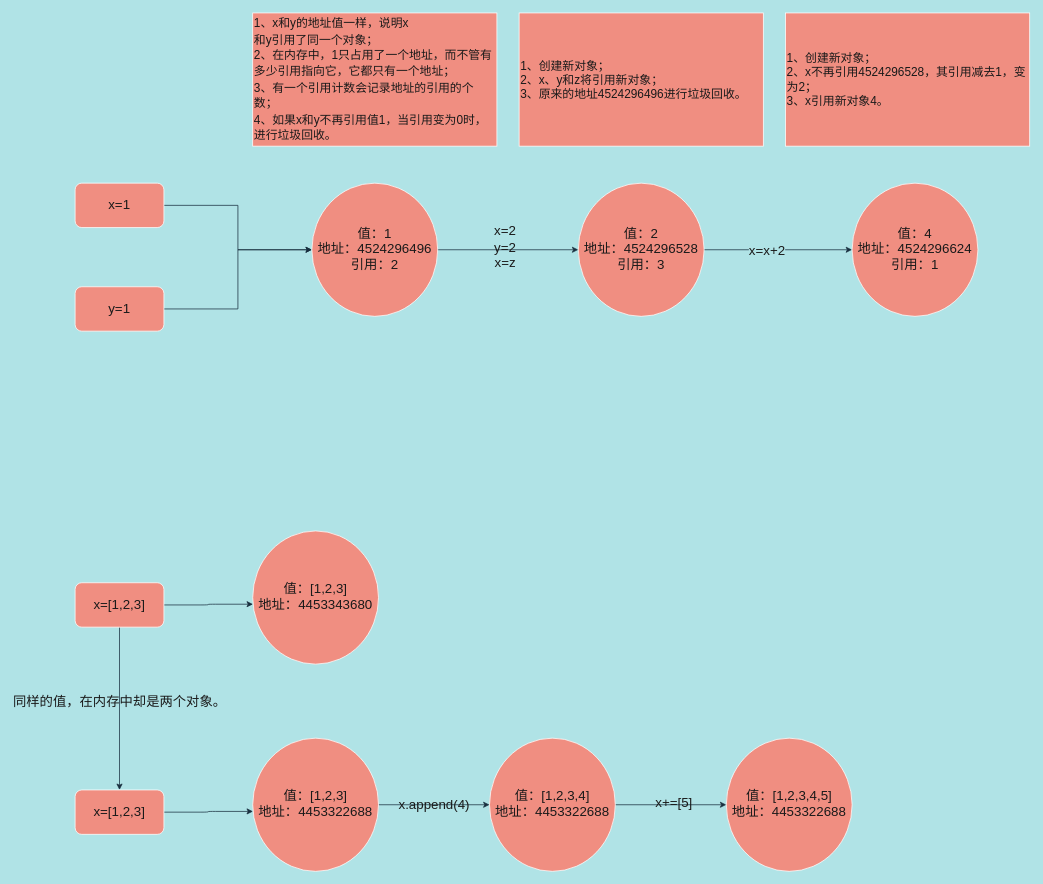
Above: page "datatype" (11 of 12) of tree/tree.drawio in Christings/wechat (draw.io), before the change. Source tidied: cells renumbered, new cells numbered last; positions are measured from the earlier drawing's top-left corner, leaving out a move shared by most shapes. Both pictures are drawn from the tidied source at 74%, with x=0, y=0 at pixel (75, 13).
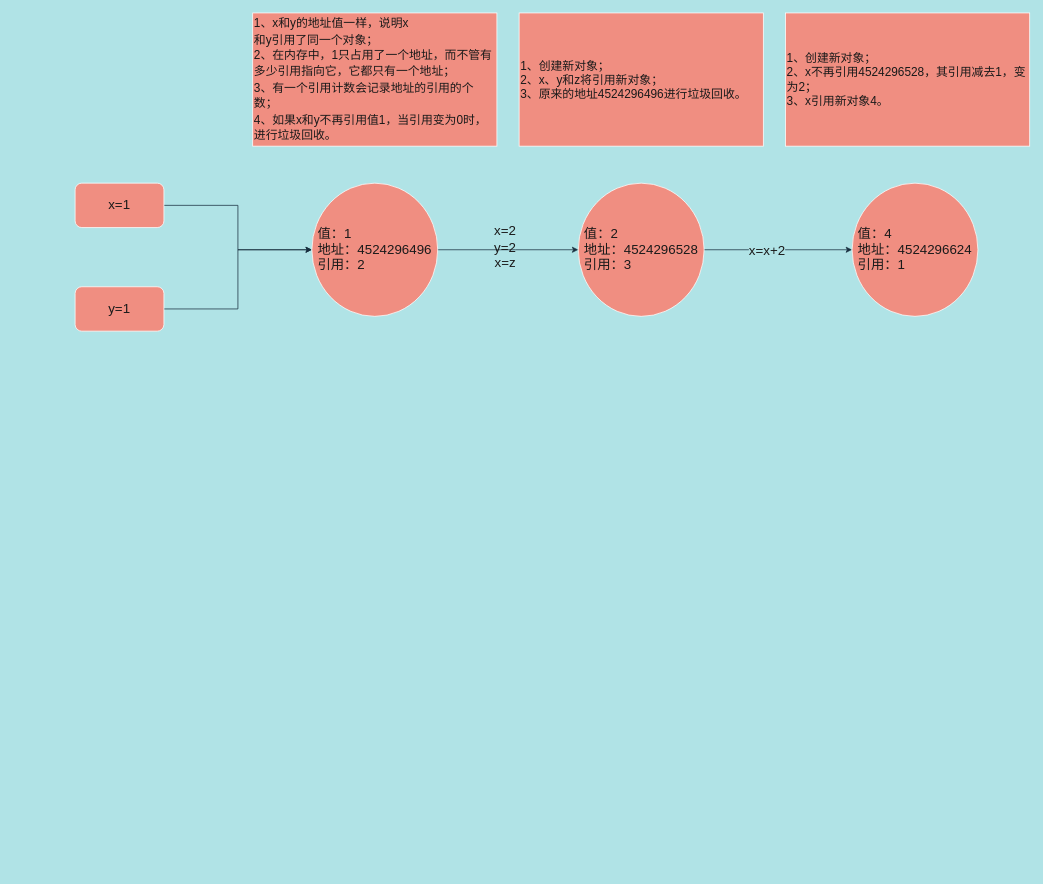
Above is the later version.

Diff of the diagram source:
```diff
@@
-    <mxCell id="6" style="edgeStyle=orthogonalEdgeStyle;curved=0;rounded=1;sketch=0;jettySize=auto;html=1;fontSize=18;fontColor=#1A1A1A;strokeColor=#182E3E;entryX=0;entryY=0.5;entryDx=0;entryDy=0;" parent="1" edge="1" source="8" target="11">
-      <mxGeometry relative="1" as="geometry" />
+    <mxCell id="6" style="edgeStyle=orthogonalEdgeStyle;curved=0;rounded=1;sketch=0;jettySize=auto;html=1;fontSize=18;fontColor=#1A1A1A;strokeColor=#182E3E;entryX=0;entryY=0.5;entryDx=0;entryDy=0;" parent="1" edge="1" source="8">
+      <mxGeometry relative="1" as="geometry">
+        <mxPoint x="680" y="320" as="targetPoint" />
+      </mxGeometry>
     </mxCell>
@@
-    <mxCell id="8" value="值：1&lt;br style=&quot;font-size: 18px;&quot;&gt;地址：4524296496&lt;br style=&quot;font-size: 18px;&quot;&gt;引用：2&lt;span style=&quot;background-color: rgb(19, 119, 61); color: rgb(255, 240, 165); font-family: courier; font-size: 18px;&quot;&gt;&lt;br style=&quot;font-size: 18px;&quot;&gt;&lt;/span&gt;" style="ellipse;whiteSpace=wrap;html=1;fillColor=#F08E81;strokeColor=#FFFFFF;fontColor=#1A1A1A;fontSize=18;" parent="1" vertex="1">
+    <mxCell id="8" value="&lt;div style=&quot;text-align: left&quot;&gt;&lt;span&gt;值：1&lt;/span&gt;&lt;/div&gt;地址：4524296496&lt;br style=&quot;font-size: 18px&quot;&gt;&lt;div style=&quot;text-align: left&quot;&gt;&lt;span&gt;引用：2&lt;/span&gt;&lt;/div&gt;" style="ellipse;whiteSpace=wrap;html=1;fillColor=#F08E81;strokeColor=#FFFFFF;fontColor=#1A1A1A;fontSize=18;" parent="1" vertex="1">
       <mxGeometry x="320" y="230" width="170" height="180" as="geometry" />
     </mxCell>
-    <mxCell id="9" style="edgeStyle=orthogonalEdgeStyle;curved=0;rounded=1;sketch=0;jettySize=auto;html=1;fontSize=18;fontColor=#1A1A1A;strokeColor=#182E3E;labelBackgroundColor=#B0E3E6;" parent="1" edge="1" source="11" target="12">
-      <mxGeometry relative="1" as="geometry" />
+    <mxCell id="9" style="edgeStyle=orthogonalEdgeStyle;curved=0;rounded=1;sketch=0;orthogonalLoop=1;jettySize=auto;html=1;fontSize=18;fontColor=#1A1A1A;strokeColor=#182E3E;labelBackgroundColor=#B0E3E6;" parent="1" edge="1">
+      <mxGeometry relative="1" as="geometry">
+        <mxPoint x="850" y="320" as="sourcePoint" />
+        <mxPoint x="1050" y="320" as="targetPoint" />
+      </mxGeometry>
     </mxCell>
@@
-    <mxCell id="11" value="值：2&lt;br style=&quot;font-size: 18px;&quot;&gt;地址：4524296528&lt;br style=&quot;font-size: 18px;&quot;&gt;引用：3&lt;span style=&quot;background-color: rgb(19, 119, 61); color: rgb(255, 240, 165); font-family: courier; font-size: 18px;&quot;&gt;&lt;br style=&quot;font-size: 18px;&quot;&gt;&lt;/span&gt;" style="ellipse;whiteSpace=wrap;html=1;fillColor=#F08E81;strokeColor=#FFFFFF;fontColor=#1A1A1A;fontSize=18;" parent="1" vertex="1">
-      <mxGeometry x="680" y="230" width="170" height="180" as="geometry" />
-    </mxCell>
-    <mxCell id="12" value="值：4&lt;br style=&quot;font-size: 18px;&quot;&gt;地址：4524296624&lt;br style=&quot;font-size: 18px;&quot;&gt;引用：1&lt;span style=&quot;background-color: rgb(19, 119, 61); color: rgb(255, 240, 165); font-family: courier; font-size: 18px;&quot;&gt;&lt;br style=&quot;font-size: 18px;&quot;&gt;&lt;/span&gt;" style="ellipse;whiteSpace=wrap;html=1;fillColor=#F08E81;strokeColor=#FFFFFF;fontColor=#1A1A1A;fontSize=18;" parent="1" vertex="1">
-      <mxGeometry x="1050" y="230" width="170" height="180" as="geometry" />
-    </mxCell>
@@
-    <mxCell id="16" value="值：[1,2,3]&lt;br style=&quot;font-size: 18px;&quot;&gt;地址：4453343680&lt;span style=&quot;background-color: rgb(19, 119, 61); color: rgb(255, 240, 165); font-family: courier; font-size: 18px;&quot;&gt;&lt;br style=&quot;font-size: 18px;&quot;&gt;&lt;/span&gt;" style="ellipse;whiteSpace=wrap;html=1;fillColor=#F08E81;strokeColor=#FFFFFF;fontColor=#1A1A1A;fontSize=18;" parent="1" vertex="1">
-      <mxGeometry x="240" y="700" width="170" height="180" as="geometry" />
-    </mxCell>
-    <mxCell id="17" style="edgeStyle=orthogonalEdgeStyle;curved=0;rounded=1;sketch=0;jettySize=auto;html=1;fontSize=18;fontColor=#1A1A1A;strokeColor=#182E3E;" parent="1" edge="1" source="19">
-      <mxGeometry relative="1" as="geometry">
-        <mxPoint x="880" y="1070" as="targetPoint" />
-      </mxGeometry>
-    </mxCell>
-    <mxCell id="18" value="x+=[5]" style="edgeLabel;html=1;align=center;verticalAlign=middle;fontSize=18;fontColor=#1A1A1A;labelBackgroundColor=none;" parent="17" vertex="1">
-      <mxGeometry x="0.05" y="-1" relative="1" as="geometry">
-        <mxPoint y="-4" as="offset" />
-      </mxGeometry>
-    </mxCell>
-    <mxCell id="19" value="值：[1,2,3,4]&lt;br style=&quot;font-size: 18px;&quot;&gt;地址：4453322688&lt;span style=&quot;background-color: rgb(19, 119, 61); color: rgb(255, 240, 165); font-family: courier; font-size: 18px;&quot;&gt;&lt;br style=&quot;font-size: 18px;&quot;&gt;&lt;/span&gt;" style="ellipse;whiteSpace=wrap;html=1;fillColor=#F08E81;strokeColor=#FFFFFF;fontColor=#1A1A1A;fontSize=18;" parent="1" vertex="1">
-      <mxGeometry x="560" y="980" width="170" height="180" as="geometry" />
-    </mxCell>
-    <mxCell id="20" style="edgeStyle=orthogonalEdgeStyle;curved=0;rounded=1;sketch=0;jettySize=auto;html=1;fontSize=18;fontColor=#1A1A1A;strokeColor=#182E3E;entryX=0.002;entryY=0.55;entryDx=0;entryDy=0;entryPerimeter=0;" parent="1" edge="1" source="23" target="16">
-      <mxGeometry relative="1" as="geometry" />
-    </mxCell>
-    <mxCell id="21" style="edgeStyle=orthogonalEdgeStyle;curved=0;rounded=1;sketch=0;jettySize=auto;html=1;fontSize=18;fontColor=#1A1A1A;strokeColor=#182E3E;entryX=0.5;entryY=0;entryDx=0;entryDy=0;" parent="1" edge="1" source="23" target="27">
-      <mxGeometry relative="1" as="geometry" />
-    </mxCell>
-    <mxCell id="22" value="同样的值，在内存中却是两个对象。" style="edgeLabel;html=1;align=center;verticalAlign=middle;fontSize=18;fontColor=#1A1A1A;labelBackgroundColor=none;" parent="21" vertex="1">
-      <mxGeometry x="-0.09" y="-1" relative="1" as="geometry" />
-    </mxCell>
-    <mxCell id="23" value="x=[1,2,3]" style="rounded=1;whiteSpace=wrap;html=1;fillColor=#F08E81;strokeColor=#FFFFFF;fontColor=#1A1A1A;fontSize=18;" parent="1" vertex="1">
-      <mxGeometry y="770" width="120" height="60" as="geometry" />
-    </mxCell>
-    <mxCell id="24" value="x.append(4)" style="edgeStyle=orthogonalEdgeStyle;curved=0;rounded=1;sketch=0;jettySize=auto;html=1;fontSize=18;fontColor=#1A1A1A;strokeColor=#182E3E;entryX=0;entryY=0.5;entryDx=0;entryDy=0;labelBackgroundColor=none;" parent="1" edge="1" source="25" target="19">
-      <mxGeometry relative="1" as="geometry" />
-    </mxCell>
-    <mxCell id="25" value="值：[1,2,3]&lt;br style=&quot;font-size: 18px;&quot;&gt;地址：4453322688&lt;span style=&quot;background-color: rgb(19, 119, 61); color: rgb(255, 240, 165); font-family: courier; font-size: 18px;&quot;&gt;&lt;br style=&quot;font-size: 18px;&quot;&gt;&lt;/span&gt;" style="ellipse;whiteSpace=wrap;html=1;fillColor=#F08E81;strokeColor=#FFFFFF;fontColor=#1A1A1A;fontSize=18;" parent="1" vertex="1">
-      <mxGeometry x="240" y="980" width="170" height="180" as="geometry" />
-    </mxCell>
-    <mxCell id="26" style="edgeStyle=orthogonalEdgeStyle;curved=0;rounded=1;sketch=0;jettySize=auto;html=1;fontSize=18;fontColor=#1A1A1A;strokeColor=#182E3E;entryX=0.002;entryY=0.55;entryDx=0;entryDy=0;entryPerimeter=0;" parent="1" edge="1" source="27" target="25">
-      <mxGeometry relative="1" as="geometry" />
-    </mxCell>
-    <mxCell id="27" value="x=[1,2,3]" style="rounded=1;whiteSpace=wrap;html=1;fillColor=#F08E81;strokeColor=#FFFFFF;fontColor=#1A1A1A;fontSize=18;" parent="1" vertex="1">
-      <mxGeometry y="1050" width="120" height="60" as="geometry" />
-    </mxCell>
-    <mxCell id="28" value="值：[1,2,3,4,5]&lt;br style=&quot;font-size: 18px;&quot;&gt;地址：4453322688&lt;span style=&quot;background-color: rgb(19, 119, 61); color: rgb(255, 240, 165); font-family: courier; font-size: 18px;&quot;&gt;&lt;br style=&quot;font-size: 18px;&quot;&gt;&lt;/span&gt;" style="ellipse;whiteSpace=wrap;html=1;fillColor=#F08E81;strokeColor=#FFFFFF;fontColor=#1A1A1A;fontSize=18;" parent="1" vertex="1">
-      <mxGeometry x="880" y="980" width="170" height="180" as="geometry" />
-    </mxCell>
+    <mxCell id="29" value="&lt;div style=&quot;text-align: left&quot;&gt;&lt;span&gt;值：2&lt;/span&gt;&lt;/div&gt;地址：&lt;span style=&quot;text-align: left&quot;&gt;4524296528&lt;/span&gt;&lt;br style=&quot;font-size: 18px&quot;&gt;&lt;div style=&quot;text-align: left&quot;&gt;&lt;span&gt;引用：3&lt;/span&gt;&lt;/div&gt;" style="ellipse;whiteSpace=wrap;html=1;fillColor=#F08E81;strokeColor=#FFFFFF;fontColor=#1A1A1A;fontSize=18;" parent="1" vertex="1">
+      <mxGeometry x="680" y="230" width="170" height="180" as="geometry" />
+    </mxCell>
+    <mxCell id="30" value="&lt;div style=&quot;text-align: left&quot;&gt;&lt;span&gt;值：4&lt;/span&gt;&lt;/div&gt;地址：&lt;span style=&quot;text-align: left&quot;&gt;4524296624&lt;/span&gt;&lt;br style=&quot;font-size: 18px&quot;&gt;&lt;div style=&quot;text-align: left&quot;&gt;&lt;span&gt;引用：1&lt;/span&gt;&lt;/div&gt;" style="ellipse;whiteSpace=wrap;html=1;fillColor=#F08E81;strokeColor=#FFFFFF;fontColor=#1A1A1A;fontSize=18;" parent="1" vertex="1">
+      <mxGeometry x="1050" y="230" width="170" height="180" as="geometry" />
+    </mxCell>
```
